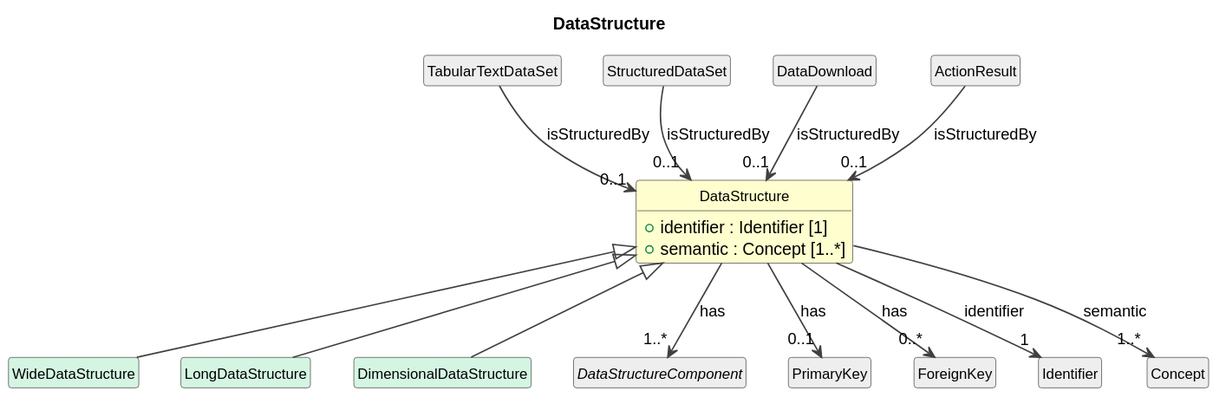
Earlier version of the PlantUML export cdif-uml-model/_plantuml/cdifDataStructure/Classes/DataStructure.svg (Cross-Domain-Interoperability-Framework/metadataBuildingBlocks).
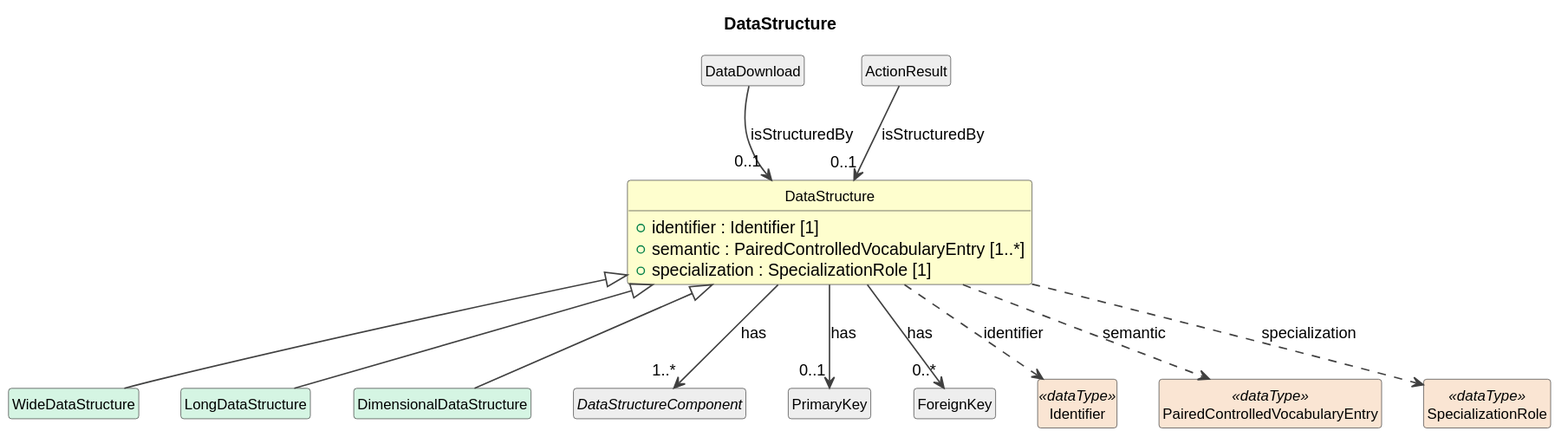
Later version of the same file.

What changed in the source:
```diff
@@ -12,7 +12,8 @@
 
 class "DataStructure" as DataStructure #FEFECE {
   +identifier : Identifier [1]
-  +semantic : Concept [1..*]
+  +semantic : PairedControlledVocabularyEntry [1..*]
+  +specialization : SpecializationRole [1]
 }
 class "WideDataStructure" as WideDataStructure #D5F5E3
 DataStructure <|-- WideDataStructure
@@ -26,16 +27,14 @@
 DataStructure --> "0..1" PrimaryKey : has
 class "ForeignKey" as ForeignKey #EEEEEE
 DataStructure --> "0..*" ForeignKey : has
-class "TabularTextDataSet" as TabularTextDataSet #EEEEEE
-TabularTextDataSet --> "0..1" DataStructure : isStructuredBy
-class "StructuredDataSet" as StructuredDataSet #EEEEEE
-StructuredDataSet --> "0..1" DataStructure : isStructuredBy
 class "DataDownload" as DataDownload #EEEEEE
 DataDownload --> "0..1" DataStructure : isStructuredBy
 class "ActionResult" as ActionResult #EEEEEE
 ActionResult --> "0..1" DataStructure : isStructuredBy
-class "Identifier" as Identifier #EEEEEE
-DataStructure --> "1" Identifier : identifier
-class "Concept" as Concept #EEEEEE
-DataStructure --> "1..*" Concept : semantic
+class "Identifier" as Identifier <<dataType>> #FAE5D3
+DataStructure ..> Identifier : identifier
+class "PairedControlledVocabularyEntry" as PairedControlledVocabularyEntry <<dataType>> #FAE5D3
+DataStructure ..> PairedControlledVocabularyEntry : semantic
+class "SpecializationRole" as SpecializationRole <<dataType>> #FAE5D3
+DataStructure ..> SpecializationRole : specialization
 @enduml
```
